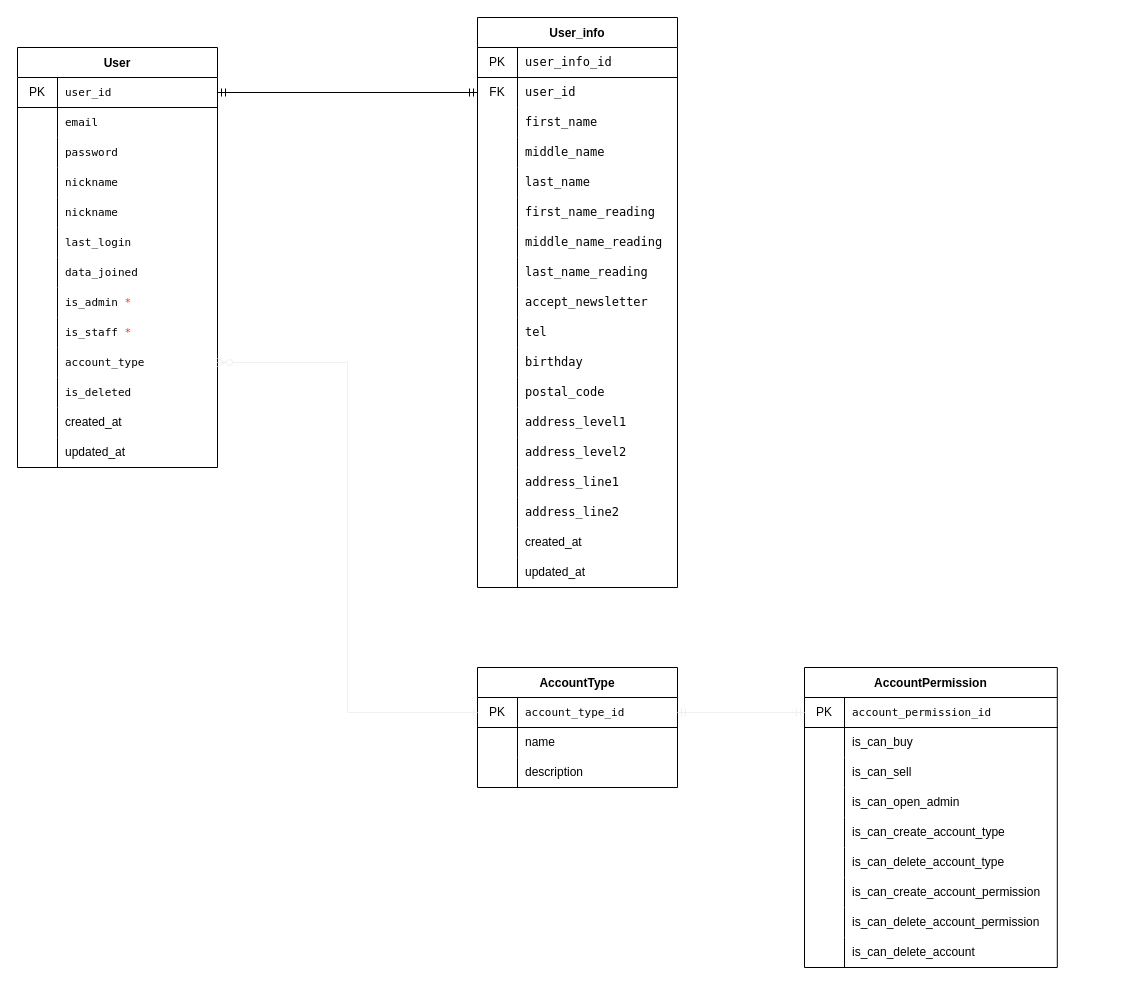
WebAppClub/ClubProject keeps this draw.io diagram as Doc/api/Doc/account/account.drawio. Above is the earlier version. Source tidied: cells renumbered, new cells numbered last; positions are measured from the earlier drawing's top-left corner, leaving out a move shared by most shapes. Both pictures are drawn from the tidied source at 100%, with x=0, y=0 at pixel (17, 17).
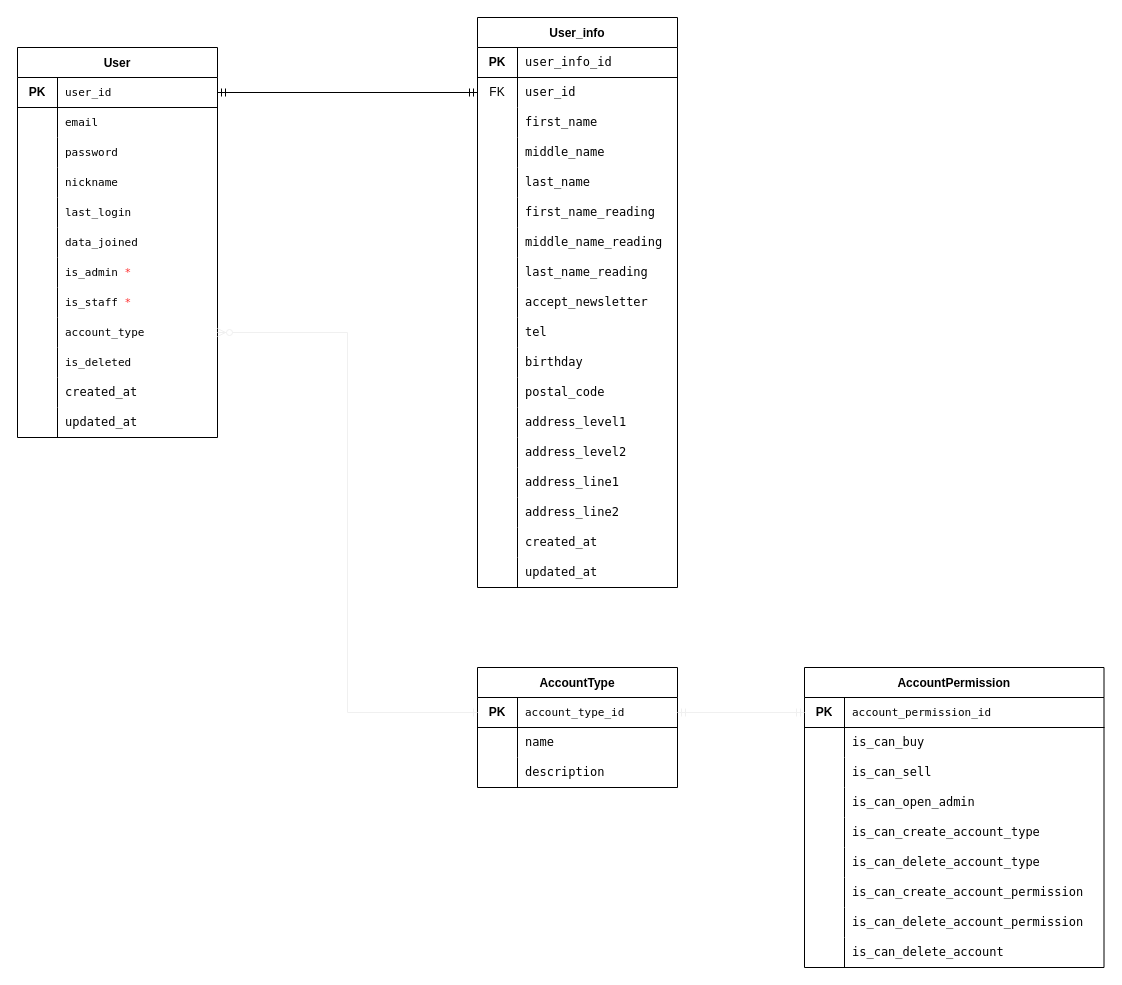
The same page after the edit.

Commit message (it also covers changes not shown here):
add models ER desigh

Unchanged cells that the change refers to:
```xml
<mxCell id="3" style="shape=partialRectangle;html=1;whiteSpace=wrap;fillColor=none;top=0;left=0;bottom=1;right=0;points=[[0,0.5],[1,0.5]];portConstraint=eastwest;" parent="2" vertex="1">
  <mxGeometry y="30" width="200" height="30" as="geometry" />
</mxCell>
<mxCell id="43" style="shape=partialRectangle;html=1;whiteSpace=wrap;fillColor=none;top=0;left=0;bottom=1;right=0;" parent="42" vertex="1">
  <mxGeometry y="30" width="200" height="30" as="geometry" />
</mxCell>
<mxCell id="91" style="shape=partialRectangle;html=1;whiteSpace=wrap;fillColor=none;top=0;left=0;bottom=0;right=0;" parent="42" vertex="1">
  <mxGeometry y="510" width="200" height="30" as="geometry" />
</mxCell>
<mxCell id="94" style="shape=partialRectangle;html=1;whiteSpace=wrap;fillColor=none;top=0;left=0;bottom=0;right=0;" parent="42" vertex="1">
  <mxGeometry y="540" width="200" height="30" as="geometry" />
</mxCell>
<mxCell id="99" style="shape=partialRectangle;html=1;whiteSpace=wrap;fillColor=none;top=0;left=0;bottom=1;right=0;points=[[0,0.5],[1,0.5]];portConstraint=eastwest;" parent="98" vertex="1">
  <mxGeometry y="30" width="200" height="30" as="geometry" />
</mxCell>
<mxCell id="102" style="shape=partialRectangle;html=1;whiteSpace=wrap;fillColor=none;top=0;left=0;bottom=1;right=0;strokeColor=none;" parent="98" vertex="1">
  <mxGeometry y="60" width="200" height="30" as="geometry" />
</mxCell>
<mxCell id="105" style="shape=partialRectangle;html=1;whiteSpace=wrap;fillColor=none;top=0;left=0;bottom=1;right=0;strokeColor=none;" parent="98" vertex="1">
  <mxGeometry y="90" width="200" height="30" as="geometry" />
</mxCell>
```

Change to the diagram source:
```diff
@@
     <mxCell id="2" value="User" style="shape=table;startSize=30;childLayout=tableLayout;rowLines=0;fontStyle=1;align=center;" parent="1" vertex="1">
-      <mxGeometry y="30" width="200" height="420" as="geometry" />
+      <mxGeometry y="30" width="200" height="390" as="geometry" />
     </mxCell>
@@
-    <mxCell id="4" value="PK" style="shape=partialRectangle;html=1;whiteSpace=wrap;fillColor=none;top=0;left=0;bottom=0;right=0;overflow=hidden;" parent="3" vertex="1">
+    <mxCell id="4" value="&lt;b&gt;PK&lt;/b&gt;" style="shape=partialRectangle;html=1;whiteSpace=wrap;fillColor=none;top=0;left=0;bottom=0;right=0;overflow=hidden;" parent="3" vertex="1">
       <mxGeometry width="40" height="30" as="geometry" />
     </mxCell>
@@
-    <mxCell id="15" style="shape=partialRectangle;html=1;whiteSpace=wrap;fillColor=none;top=0;left=0;bottom=0;right=0;" parent="2" vertex="1">
-      <mxGeometry y="150" width="200" height="30" as="geometry" />
-    </mxCell>
-    <mxCell id="16" style="shape=partialRectangle;html=1;whiteSpace=wrap;fillColor=none;top=0;left=0;bottom=0;right=0;overflow=hidden;" parent="15" vertex="1">
-      <mxGeometry width="40" height="30" as="geometry" />
-    </mxCell>
-    <mxCell id="17" value="&lt;font face=&quot;menlo, monaco, courier new, monospace&quot;&gt;&lt;span style=&quot;font-size: 11px&quot;&gt;nickname&lt;/span&gt;&lt;/font&gt;" style="shape=partialRectangle;html=1;whiteSpace=wrap;fillColor=none;top=0;left=0;bottom=0;right=0;align=left;spacingLeft=6;overflow=hidden;strokeColor=none;" parent="15" vertex="1">
-      <mxGeometry x="40" width="160" height="30" as="geometry" />
-    </mxCell>
     <mxCell id="18" style="shape=partialRectangle;html=1;whiteSpace=wrap;fillColor=none;top=0;left=0;bottom=0;right=0;" parent="2" vertex="1">
-      <mxGeometry y="180" width="200" height="30" as="geometry" />
+      <mxGeometry y="150" width="200" height="30" as="geometry" />
     </mxCell>
@@
     <mxCell id="21" style="shape=partialRectangle;html=1;whiteSpace=wrap;fillColor=none;top=0;left=0;bottom=0;right=0;" parent="2" vertex="1">
-      <mxGeometry y="210" width="200" height="30" as="geometry" />
+      <mxGeometry y="180" width="200" height="30" as="geometry" />
     </mxCell>
@@
     <mxCell id="24" style="shape=partialRectangle;html=1;whiteSpace=wrap;fillColor=none;top=0;left=0;bottom=0;right=0;" parent="2" vertex="1">
-      <mxGeometry y="240" width="200" height="30" as="geometry" />
+      <mxGeometry y="210" width="200" height="30" as="geometry" />
     </mxCell>
@@
     <mxCell id="27" style="shape=partialRectangle;html=1;whiteSpace=wrap;fillColor=none;top=0;left=0;bottom=0;right=0;" parent="2" vertex="1">
-      <mxGeometry y="270" width="200" height="30" as="geometry" />
+      <mxGeometry y="240" width="200" height="30" as="geometry" />
     </mxCell>
@@
     <mxCell id="30" style="shape=partialRectangle;html=1;whiteSpace=wrap;fillColor=none;top=0;left=0;bottom=0;right=0;points=[[0,0.5],[1,0.5]];portConstraint=eastwest;" parent="2" vertex="1">
-      <mxGeometry y="300" width="200" height="30" as="geometry" />
+      <mxGeometry y="270" width="200" height="30" as="geometry" />
     </mxCell>
@@
     <mxCell id="33" style="shape=partialRectangle;html=1;whiteSpace=wrap;fillColor=none;top=0;left=0;bottom=0;right=0;" parent="2" vertex="1">
-      <mxGeometry y="330" width="200" height="30" as="geometry" />
+      <mxGeometry y="300" width="200" height="30" as="geometry" />
     </mxCell>
@@
     <mxCell id="36" style="shape=partialRectangle;html=1;whiteSpace=wrap;fillColor=none;top=0;left=0;bottom=0;right=0;" parent="2" vertex="1">
-      <mxGeometry y="360" width="200" height="30" as="geometry" />
+      <mxGeometry y="330" width="200" height="30" as="geometry" />
     </mxCell>
@@
-    <mxCell id="38" value="created_at" style="shape=partialRectangle;html=1;whiteSpace=wrap;fillColor=none;top=0;left=0;bottom=0;right=0;align=left;spacingLeft=6;overflow=hidden;strokeColor=none;" parent="36" vertex="1">
+    <mxCell id="38" value="&lt;font face=&quot;menlo, monaco, courier new, monospace&quot;&gt;created_at&lt;/font&gt;" style="shape=partialRectangle;html=1;whiteSpace=wrap;fillColor=none;top=0;left=0;bottom=0;right=0;align=left;spacingLeft=6;overflow=hidden;strokeColor=none;" parent="36" vertex="1">
       <mxGeometry x="40" width="160" height="30" as="geometry" />
     </mxCell>
     <mxCell id="39" style="shape=partialRectangle;html=1;whiteSpace=wrap;fillColor=none;top=0;left=0;bottom=0;right=0;" parent="2" vertex="1">
-      <mxGeometry y="390" width="200" height="30" as="geometry" />
+      <mxGeometry y="360" width="200" height="30" as="geometry" />
     </mxCell>
@@
-    <mxCell id="41" value="updated_at" style="shape=partialRectangle;html=1;whiteSpace=wrap;fillColor=none;top=0;left=0;bottom=0;right=0;align=left;spacingLeft=6;overflow=hidden;strokeColor=none;" parent="39" vertex="1">
+    <mxCell id="41" value="&lt;font face=&quot;menlo, monaco, courier new, monospace&quot;&gt;updated_at&lt;/font&gt;" style="shape=partialRectangle;html=1;whiteSpace=wrap;fillColor=none;top=0;left=0;bottom=0;right=0;align=left;spacingLeft=6;overflow=hidden;strokeColor=none;" parent="39" vertex="1">
       <mxGeometry x="40" width="160" height="30" as="geometry" />
     </mxCell>
@@
-    <mxCell id="44" value="PK" style="shape=partialRectangle;html=1;whiteSpace=wrap;fillColor=none;top=0;left=0;bottom=0;right=0;overflow=hidden;" parent="43" vertex="1">
+    <mxCell id="44" value="&lt;b&gt;PK&lt;/b&gt;" style="shape=partialRectangle;html=1;whiteSpace=wrap;fillColor=none;top=0;left=0;bottom=0;right=0;overflow=hidden;" parent="43" vertex="1">
       <mxGeometry width="40" height="30" as="geometry" />
     </mxCell>
@@
-    <mxCell id="93" value="&lt;span style=&quot;font-family: &amp;#34;helvetica&amp;#34;&quot;&gt;created_at&lt;/span&gt;" style="shape=partialRectangle;html=1;whiteSpace=wrap;fillColor=none;top=0;left=0;bottom=0;right=0;align=left;spacingLeft=6;overflow=hidden;fontFamily=menlo, monaco, &quot;courier new&quot;, monospace;" parent="91" vertex="1">
+    <mxCell id="93" value="created_at" style="shape=partialRectangle;html=1;whiteSpace=wrap;fillColor=none;top=0;left=0;bottom=0;right=0;align=left;spacingLeft=6;overflow=hidden;fontFamily=menlo, monaco, &quot;courier new&quot;, monospace;" parent="91" vertex="1">
       <mxGeometry x="40" width="160" height="30" as="geometry" />
     </mxCell>
@@
-    <mxCell id="96" value="&lt;span style=&quot;font-family: &amp;#34;helvetica&amp;#34;&quot;&gt;updated_at&lt;/span&gt;" style="shape=partialRectangle;html=1;whiteSpace=wrap;fillColor=none;top=0;left=0;bottom=0;right=0;align=left;spacingLeft=6;overflow=hidden;fontFamily=menlo, monaco, &quot;courier new&quot;, monospace;" parent="94" vertex="1">
+    <mxCell id="96" value="updated_at" style="shape=partialRectangle;html=1;whiteSpace=wrap;fillColor=none;top=0;left=0;bottom=0;right=0;align=left;spacingLeft=6;overflow=hidden;fontFamily=menlo, monaco, &quot;courier new&quot;, monospace;" parent="94" vertex="1">
       <mxGeometry x="40" width="160" height="30" as="geometry" />
     </mxCell>
@@
-    <mxCell id="100" value="PK" style="shape=partialRectangle;html=1;whiteSpace=wrap;fillColor=none;top=0;left=0;bottom=0;right=0;overflow=hidden;" parent="99" vertex="1">
+    <mxCell id="100" value="&lt;b&gt;PK&lt;/b&gt;" style="shape=partialRectangle;html=1;whiteSpace=wrap;fillColor=none;top=0;left=0;bottom=0;right=0;overflow=hidden;" parent="99" vertex="1">
       <mxGeometry width="40" height="30" as="geometry" />
     </mxCell>
@@
-    <mxCell id="104" value="name" style="shape=partialRectangle;html=1;whiteSpace=wrap;top=0;left=0;bottom=0;right=0;align=left;spacingLeft=6;overflow=hidden;fillColor=none;" parent="102" vertex="1">
+    <mxCell id="104" value="&lt;font face=&quot;menlo, monaco, courier new, monospace&quot;&gt;name&lt;/font&gt;" style="shape=partialRectangle;html=1;whiteSpace=wrap;top=0;left=0;bottom=0;right=0;align=left;spacingLeft=6;overflow=hidden;fillColor=none;" parent="102" vertex="1">
       <mxGeometry x="40" width="160" height="30" as="geometry" />
     </mxCell>
@@
-    <mxCell id="107" value="description" style="shape=partialRectangle;html=1;whiteSpace=wrap;top=0;left=0;bottom=0;right=0;align=left;spacingLeft=6;overflow=hidden;fillColor=none;" parent="105" vertex="1">
+    <mxCell id="107" value="&lt;font face=&quot;menlo, monaco, courier new, monospace&quot;&gt;description&lt;/font&gt;" style="shape=partialRectangle;html=1;whiteSpace=wrap;top=0;left=0;bottom=0;right=0;align=left;spacingLeft=6;overflow=hidden;fillColor=none;" parent="105" vertex="1">
       <mxGeometry x="40" width="160" height="30" as="geometry" />
     </mxCell>
@@
     <mxCell id="109" value="AccountPermission" style="shape=table;startSize=30;childLayout=tableLayout;rowLines=0;fontStyle=1;align=center;" parent="1" vertex="1">
-      <mxGeometry x="787" y="650" width="252.8" height="300" as="geometry" />
+      <mxGeometry x="787" y="650" width="299.5" height="300" as="geometry" />
     </mxCell>
     <mxCell id="110" style="shape=partialRectangle;html=1;whiteSpace=wrap;fillColor=none;top=0;left=0;bottom=1;right=0;points=[[0,0.5],[1,0.5]];portConstraint=eastwest;" parent="109" vertex="1">
-      <mxGeometry y="30" width="252.8" height="30" as="geometry" />
+      <mxGeometry y="30" width="299.5" height="30" as="geometry" />
     </mxCell>
-    <mxCell id="111" value="PK" style="shape=partialRectangle;html=1;whiteSpace=wrap;fillColor=none;top=0;left=0;bottom=0;right=0;overflow=hidden;" parent="110" vertex="1">
+    <mxCell id="111" value="&lt;b&gt;PK&lt;/b&gt;" style="shape=partialRectangle;html=1;whiteSpace=wrap;fillColor=none;top=0;left=0;bottom=0;right=0;overflow=hidden;" parent="110" vertex="1">
       <mxGeometry width="40" height="30" as="geometry" />
     </mxCell>
     <mxCell id="112" value="&lt;font face=&quot;menlo, monaco, courier new, monospace&quot;&gt;&lt;span style=&quot;font-size: 11px&quot;&gt;account_permission_id&lt;/span&gt;&lt;/font&gt;" style="shape=partialRectangle;html=1;whiteSpace=wrap;fillColor=none;top=0;left=0;bottom=0;right=0;align=left;spacingLeft=6;overflow=hidden;" parent="110" vertex="1">
-      <mxGeometry x="40" width="213" height="30" as="geometry" />
+      <mxGeometry x="40" width="260" height="30" as="geometry" />
     </mxCell>
     <mxCell id="113" style="shape=partialRectangle;html=1;whiteSpace=wrap;fillColor=none;top=0;left=0;bottom=1;right=0;strokeColor=none;" parent="109" vertex="1">
-      <mxGeometry y="60" width="252.8" height="30" as="geometry" />
+      <mxGeometry y="60" width="299.5" height="30" as="geometry" />
     </mxCell>
@@
-    <mxCell id="115" value="is_can_buy" style="shape=partialRectangle;html=1;whiteSpace=wrap;top=0;left=0;bottom=0;right=0;align=left;spacingLeft=6;overflow=hidden;fillColor=none;" parent="113" vertex="1">
-      <mxGeometry x="40" width="213" height="30" as="geometry" />
+    <mxCell id="115" value="&lt;font face=&quot;menlo, monaco, courier new, monospace&quot;&gt;is_can_buy&lt;/font&gt;" style="shape=partialRectangle;html=1;whiteSpace=wrap;top=0;left=0;bottom=0;right=0;align=left;spacingLeft=6;overflow=hidden;fillColor=none;" parent="113" vertex="1">
+      <mxGeometry x="40" width="260" height="30" as="geometry" />
     </mxCell>
     <mxCell id="116" style="shape=partialRectangle;html=1;whiteSpace=wrap;fillColor=none;top=0;left=0;bottom=1;right=0;strokeColor=none;" parent="109" vertex="1">
-      <mxGeometry y="90" width="252.8" height="30" as="geometry" />
+      <mxGeometry y="90" width="299.5" height="30" as="geometry" />
     </mxCell>
@@
-    <mxCell id="118" value="is_can_sell" style="shape=partialRectangle;html=1;whiteSpace=wrap;top=0;left=0;bottom=0;right=0;align=left;spacingLeft=6;overflow=hidden;fillColor=none;" parent="116" vertex="1">
-      <mxGeometry x="40" width="213" height="30" as="geometry" />
+    <mxCell id="118" value="&lt;font face=&quot;menlo, monaco, courier new, monospace&quot;&gt;is_can_sell&lt;/font&gt;" style="shape=partialRectangle;html=1;whiteSpace=wrap;top=0;left=0;bottom=0;right=0;align=left;spacingLeft=6;overflow=hidden;fillColor=none;" parent="116" vertex="1">
+      <mxGeometry x="40" width="260" height="30" as="geometry" />
     </mxCell>
     <mxCell id="119" style="shape=partialRectangle;html=1;whiteSpace=wrap;fillColor=none;top=0;left=0;bottom=1;right=0;strokeColor=none;" parent="109" vertex="1">
-      <mxGeometry y="120" width="252.8" height="30" as="geometry" />
+      <mxGeometry y="120" width="299.5" height="30" as="geometry" />
     </mxCell>
@@
-    <mxCell id="121" value="is_can_open_admin" style="shape=partialRectangle;html=1;whiteSpace=wrap;top=0;left=0;bottom=0;right=0;align=left;spacingLeft=6;overflow=hidden;fillColor=none;" parent="119" vertex="1">
-      <mxGeometry x="40" width="213" height="30" as="geometry" />
+    <mxCell id="121" value="&lt;font face=&quot;menlo, monaco, courier new, monospace&quot;&gt;is_can_open_admin&lt;/font&gt;" style="shape=partialRectangle;html=1;whiteSpace=wrap;top=0;left=0;bottom=0;right=0;align=left;spacingLeft=6;overflow=hidden;fillColor=none;" parent="119" vertex="1">
+      <mxGeometry x="40" width="260" height="30" as="geometry" />
     </mxCell>
     <mxCell id="122" style="shape=partialRectangle;html=1;whiteSpace=wrap;fillColor=none;top=0;left=0;bottom=1;right=0;strokeColor=none;" parent="109" vertex="1">
-      <mxGeometry y="150" width="252.8" height="30" as="geometry" />
+      <mxGeometry y="150" width="299.5" height="30" as="geometry" />
     </mxCell>
@@
-    <mxCell id="124" value="is_can_create_account_type" style="shape=partialRectangle;html=1;whiteSpace=wrap;top=0;left=0;bottom=0;right=0;align=left;spacingLeft=6;overflow=hidden;fillColor=none;" parent="122" vertex="1">
-      <mxGeometry x="40" width="213" height="30" as="geometry" />
+    <mxCell id="124" value="&lt;font face=&quot;menlo, monaco, courier new, monospace&quot;&gt;is_can_create_account_type&lt;/font&gt;" style="shape=partialRectangle;html=1;whiteSpace=wrap;top=0;left=0;bottom=0;right=0;align=left;spacingLeft=6;overflow=hidden;fillColor=none;" parent="122" vertex="1">
+      <mxGeometry x="40" width="260" height="30" as="geometry" />
     </mxCell>
     <mxCell id="125" style="shape=partialRectangle;html=1;whiteSpace=wrap;fillColor=none;top=0;left=0;bottom=1;right=0;strokeColor=none;" parent="109" vertex="1">
-      <mxGeometry y="180" width="252.8" height="30" as="geometry" />
+      <mxGeometry y="180" width="299.5" height="30" as="geometry" />
     </mxCell>
@@
-    <mxCell id="127" value="is_can_delete_account_type" style="shape=partialRectangle;html=1;whiteSpace=wrap;top=0;left=0;bottom=0;right=0;align=left;spacingLeft=6;overflow=hidden;fillColor=none;" parent="125" vertex="1">
-      <mxGeometry x="40" width="213" height="30" as="geometry" />
+    <mxCell id="127" value="&lt;font face=&quot;menlo, monaco, courier new, monospace&quot;&gt;is_can_delete_account_type&lt;/font&gt;" style="shape=partialRectangle;html=1;whiteSpace=wrap;top=0;left=0;bottom=0;right=0;align=left;spacingLeft=6;overflow=hidden;fillColor=none;" parent="125" vertex="1">
+      <mxGeometry x="40" width="260" height="30" as="geometry" />
     </mxCell>
     <mxCell id="128" style="shape=partialRectangle;html=1;whiteSpace=wrap;fillColor=none;top=0;left=0;bottom=1;right=0;strokeColor=none;" parent="109" vertex="1">
-      <mxGeometry y="210" width="252.8" height="30" as="geometry" />
+      <mxGeometry y="210" width="299.5" height="30" as="geometry" />
     </mxCell>
@@
-    <mxCell id="130" value="is_can_create_account_permission" style="shape=partialRectangle;html=1;whiteSpace=wrap;top=0;left=0;bottom=0;right=0;align=left;spacingLeft=6;overflow=hidden;fillColor=none;" parent="128" vertex="1">
-      <mxGeometry x="40" width="213" height="30" as="geometry" />
+    <mxCell id="130" value="&lt;font face=&quot;menlo, monaco, courier new, monospace&quot;&gt;is_can_create_account_permission&lt;/font&gt;" style="shape=partialRectangle;html=1;whiteSpace=wrap;top=0;left=0;bottom=0;right=0;align=left;spacingLeft=6;overflow=hidden;fillColor=none;" parent="128" vertex="1">
+      <mxGeometry x="40" width="260" height="30" as="geometry" />
     </mxCell>
     <mxCell id="131" style="shape=partialRectangle;html=1;whiteSpace=wrap;fillColor=none;top=0;left=0;bottom=1;right=0;strokeColor=none;" parent="109" vertex="1">
-      <mxGeometry y="240" width="252.8" height="30" as="geometry" />
+      <mxGeometry y="240" width="299.5" height="30" as="geometry" />
     </mxCell>
@@
-    <mxCell id="133" value="is_can_delete_account_permission" style="shape=partialRectangle;html=1;whiteSpace=wrap;top=0;left=0;bottom=0;right=0;align=left;spacingLeft=6;overflow=hidden;fillColor=none;" parent="131" vertex="1">
-      <mxGeometry x="40" width="213" height="30" as="geometry" />
+    <mxCell id="133" value="&lt;font face=&quot;menlo, monaco, courier new, monospace&quot;&gt;is_can_delete_account_permission&lt;/font&gt;" style="shape=partialRectangle;html=1;whiteSpace=wrap;top=0;left=0;bottom=0;right=0;align=left;spacingLeft=6;overflow=hidden;fillColor=none;" parent="131" vertex="1">
+      <mxGeometry x="40" width="260" height="30" as="geometry" />
     </mxCell>
     <mxCell id="134" style="shape=partialRectangle;html=1;whiteSpace=wrap;fillColor=none;top=0;left=0;bottom=1;right=0;strokeColor=none;" parent="109" vertex="1">
-      <mxGeometry y="270" width="252.8" height="30" as="geometry" />
+      <mxGeometry y="270" width="299.5" height="30" as="geometry" />
     </mxCell>
@@
-    <mxCell id="136" value="is_can_delete_account" style="shape=partialRectangle;html=1;whiteSpace=wrap;top=0;left=0;bottom=0;right=0;align=left;spacingLeft=6;overflow=hidden;fillColor=none;" parent="134" vertex="1">
-      <mxGeometry x="40" width="213" height="30" as="geometry" />
+    <mxCell id="136" value="&lt;font face=&quot;menlo, monaco, courier new, monospace&quot;&gt;is_can_delete_account&lt;/font&gt;" style="shape=partialRectangle;html=1;whiteSpace=wrap;top=0;left=0;bottom=0;right=0;align=left;spacingLeft=6;overflow=hidden;fillColor=none;" parent="134" vertex="1">
+      <mxGeometry x="40" width="260" height="30" as="geometry" />
     </mxCell>
```
